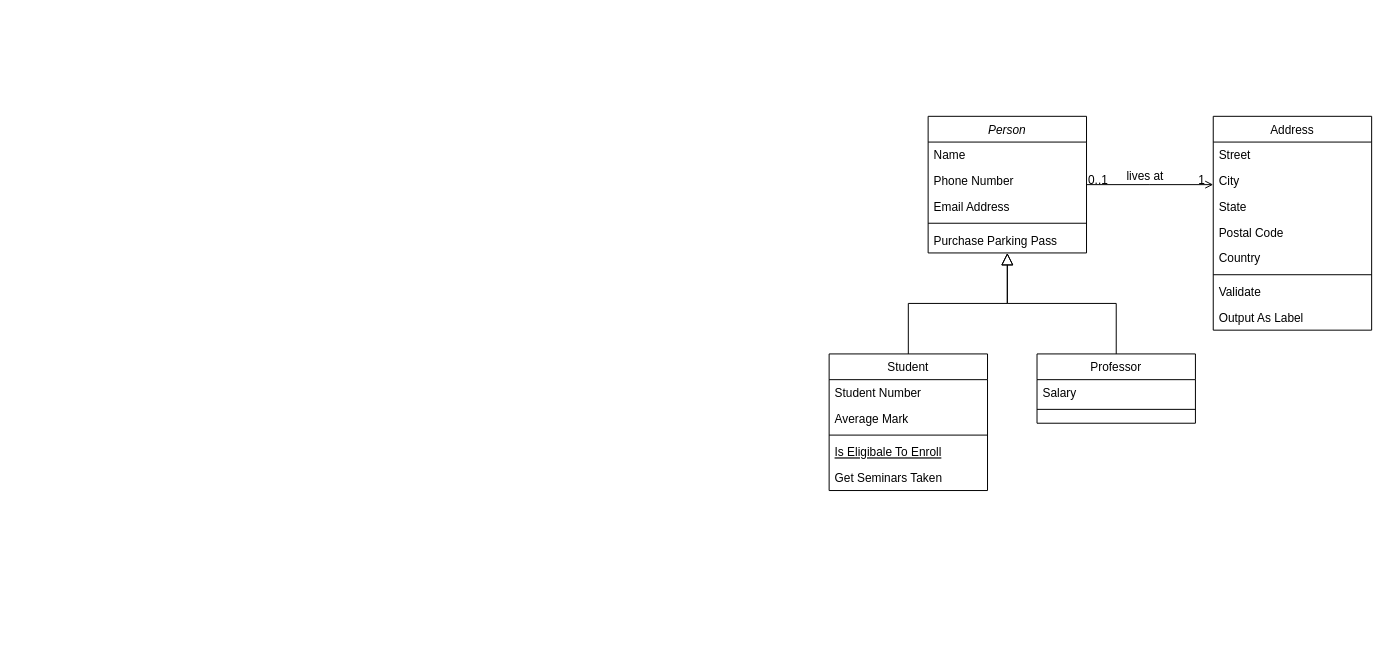
The draw.io diagram UML/Untitled Diagram.drawio in abastienIIT/Roguelike, before the edit. Source tidied: cells renumbered, new cells numbered last; positions are measured from the earlier drawing's top-left corner, leaving out a move shared by most shapes. Both pictures are drawn from the tidied source at 99%, with x=0, y=0 at pixel (829, 116).
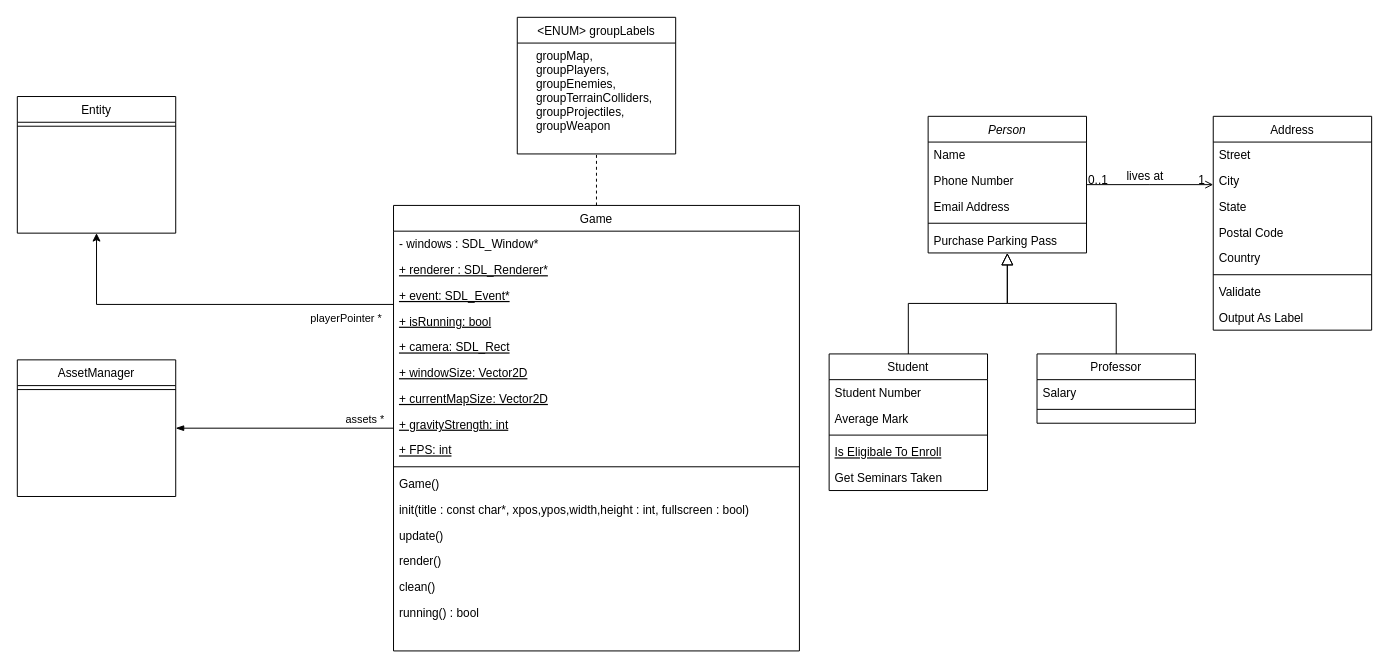
Above is the later version.

Diff of the diagram source:
```diff
@@
+    <mxCell id="32" style="edgeStyle=orthogonalEdgeStyle;rounded=0;jettySize=auto;html=1;endArrow=blockThin;endFill=1;" parent="1" edge="1" source="34" target="58">
+      <mxGeometry relative="1" as="geometry" />
+    </mxCell>
+    <mxCell id="33" value="assets *" style="edgeLabel;html=1;align=center;verticalAlign=middle;" parent="32" vertex="1">
+      <mxGeometry x="-0.19" relative="1" as="geometry">
+        <mxPoint x="59" y="-10" as="offset" />
+      </mxGeometry>
+    </mxCell>
+    <mxCell id="34" value="Game" style="swimlane;fontStyle=0;align=center;verticalAlign=top;horizontal=1;startSize=26;rounded=0;shadow=0;strokeWidth=1;" parent="1" vertex="1">
+      <mxGeometry x="-440" y="90" width="410" height="450" as="geometry" />
+    </mxCell>
+    <mxCell id="35" value="- windows : SDL_Window*" style="text;align=left;verticalAlign=top;spacingLeft=4;spacingRight=4;overflow=hidden;" parent="34" vertex="1">
+      <mxGeometry y="26" width="410" height="26" as="geometry" />
+    </mxCell>
+    <mxCell id="36" value="+ renderer : SDL_Renderer*" style="text;align=left;verticalAlign=top;spacingLeft=4;spacingRight=4;overflow=hidden;rounded=0;shadow=0;html=0;fontStyle=4;" parent="34" vertex="1">
+      <mxGeometry y="52" width="410" height="26" as="geometry" />
+    </mxCell>
+    <mxCell id="37" value="+ event: SDL_Event*" style="text;align=left;verticalAlign=top;spacingLeft=4;spacingRight=4;overflow=hidden;rounded=0;shadow=0;html=0;fontStyle=4;" parent="34" vertex="1">
+      <mxGeometry y="78" width="410" height="26" as="geometry" />
+    </mxCell>
+    <mxCell id="38" value="+ isRunning: bool" style="text;align=left;verticalAlign=top;spacingLeft=4;spacingRight=4;overflow=hidden;rounded=0;shadow=0;html=0;fontStyle=4;" parent="34" vertex="1">
+      <mxGeometry y="104" width="410" height="26" as="geometry" />
+    </mxCell>
+    <mxCell id="39" value="+ camera: SDL_Rect" style="text;align=left;verticalAlign=top;spacingLeft=4;spacingRight=4;overflow=hidden;rounded=0;shadow=0;html=0;fontStyle=4;" parent="34" vertex="1">
+      <mxGeometry y="130" width="410" height="26" as="geometry" />
+    </mxCell>
+    <mxCell id="40" value="+ windowSize: Vector2D" style="text;align=left;verticalAlign=top;spacingLeft=4;spacingRight=4;overflow=hidden;rounded=0;shadow=0;html=0;fontStyle=4;" parent="34" vertex="1">
+      <mxGeometry y="156" width="410" height="26" as="geometry" />
+    </mxCell>
+    <mxCell id="41" value="+ currentMapSize: Vector2D" style="text;align=left;verticalAlign=top;spacingLeft=4;spacingRight=4;overflow=hidden;rounded=0;shadow=0;html=0;fontStyle=4;" parent="34" vertex="1">
+      <mxGeometry y="182" width="410" height="26" as="geometry" />
+    </mxCell>
+    <mxCell id="42" value="+ gravityStrength: int" style="text;align=left;verticalAlign=top;spacingLeft=4;spacingRight=4;overflow=hidden;rounded=0;shadow=0;html=0;fontStyle=4;" parent="34" vertex="1">
+      <mxGeometry y="208" width="410" height="26" as="geometry" />
+    </mxCell>
+    <mxCell id="43" value="+ FPS: int" style="text;align=left;verticalAlign=top;spacingLeft=4;spacingRight=4;overflow=hidden;rounded=0;shadow=0;html=0;fontStyle=4;" parent="34" vertex="1">
+      <mxGeometry y="234" width="410" height="26" as="geometry" />
+    </mxCell>
+    <mxCell id="44" style="line;html=1;strokeWidth=1;align=left;verticalAlign=middle;spacingTop=-1;spacingLeft=3;spacingRight=3;labelPosition=right;" parent="34" vertex="1">
+      <mxGeometry y="260" width="410" height="8" as="geometry" />
+    </mxCell>
+    <mxCell id="45" value="Game()" style="text;align=left;verticalAlign=top;spacingLeft=4;spacingRight=4;overflow=hidden;fontStyle=0;" parent="34" vertex="1">
+      <mxGeometry y="268" width="410" height="26" as="geometry" />
+    </mxCell>
+    <mxCell id="46" value="init(title : const char*, xpos,ypos,width,height : int, fullscreen : bool)&#10;" style="text;align=left;verticalAlign=top;spacingLeft=4;spacingRight=4;overflow=hidden;" parent="34" vertex="1">
+      <mxGeometry y="294" width="410" height="26" as="geometry" />
+    </mxCell>
+    <mxCell id="47" value="update()" style="text;align=left;verticalAlign=top;spacingLeft=4;spacingRight=4;overflow=hidden;" parent="34" vertex="1">
+      <mxGeometry y="320" width="410" height="26" as="geometry" />
+    </mxCell>
+    <mxCell id="48" value="render()" style="text;align=left;verticalAlign=top;spacingLeft=4;spacingRight=4;overflow=hidden;" parent="34" vertex="1">
+      <mxGeometry y="346" width="410" height="26" as="geometry" />
+    </mxCell>
+    <mxCell id="49" value="clean()" style="text;align=left;verticalAlign=top;spacingLeft=4;spacingRight=4;overflow=hidden;" parent="34" vertex="1">
+      <mxGeometry y="372" width="410" height="26" as="geometry" />
+    </mxCell>
+    <mxCell id="50" value="running() : bool" style="text;align=left;verticalAlign=top;spacingLeft=4;spacingRight=4;overflow=hidden;" parent="34" vertex="1">
+      <mxGeometry y="398" width="410" height="26" as="geometry" />
+    </mxCell>
+    <mxCell id="51" value="Entity" style="swimlane;fontStyle=0;align=center;verticalAlign=top;horizontal=1;startSize=26;rounded=0;shadow=0;strokeWidth=1;" parent="1" vertex="1">
+      <mxGeometry x="-820" y="-20" width="160" height="138" as="geometry" />
+    </mxCell>
+    <mxCell id="52" style="line;html=1;strokeWidth=1;align=left;verticalAlign=middle;spacingTop=-1;spacingLeft=3;spacingRight=3;labelPosition=right;" parent="51" vertex="1">
+      <mxGeometry y="26" width="160" height="8" as="geometry" />
+    </mxCell>
+    <mxCell id="53" style="edgeStyle=orthogonalEdgeStyle;rounded=0;jettySize=auto;html=1;" parent="1" edge="1" source="34" target="51">
+      <mxGeometry relative="1" as="geometry">
+        <Array as="points">
+          <mxPoint x="-740" y="190" />
+        </Array>
+      </mxGeometry>
+    </mxCell>
+    <mxCell id="54" value="playerPointer *" style="edgeLabel;html=1;align=center;verticalAlign=middle;" parent="53" vertex="1">
+      <mxGeometry x="-0.32" y="5" relative="1" as="geometry">
+        <mxPoint x="77" y="8" as="offset" />
+      </mxGeometry>
+    </mxCell>
+    <mxCell id="55" value="&lt;ENUM&gt; groupLabels" style="swimlane;fontStyle=0;align=center;verticalAlign=top;horizontal=1;startSize=26;rounded=0;shadow=0;strokeWidth=1;" parent="1" vertex="1">
+      <mxGeometry x="-315" y="-100" width="160" height="138" as="geometry" />
+    </mxCell>
+    <mxCell id="56" value="    groupMap,&#10;    groupPlayers,&#10;    groupEnemies,&#10;    groupTerrainColliders,&#10;    groupProjectiles,&#10;    groupWeapon" style="text;strokeColor=none;fillColor=none;align=left;verticalAlign=top;spacingLeft=4;spacingRight=4;overflow=hidden;" parent="55" vertex="1">
+      <mxGeometry y="26" width="160" height="94" as="geometry" />
+    </mxCell>
+    <mxCell id="57" style="html=1;verticalAlign=bottom;endArrow=none;dashed=1;endSize=8;endFill=0;" parent="1" edge="1" source="34" target="55">
+      <mxGeometry relative="1" as="geometry" />
+    </mxCell>
+    <mxCell id="58" value="AssetManager" style="swimlane;fontStyle=0;align=center;verticalAlign=top;horizontal=1;startSize=26;rounded=0;shadow=0;strokeWidth=1;" parent="1" vertex="1">
+      <mxGeometry x="-820" y="246" width="160" height="138" as="geometry" />
+    </mxCell>
+    <mxCell id="59" style="line;html=1;strokeWidth=1;align=left;verticalAlign=middle;spacingTop=-1;spacingLeft=3;spacingRight=3;labelPosition=right;" parent="58" vertex="1">
+      <mxGeometry y="26" width="160" height="8" as="geometry" />
+    </mxCell>
```
